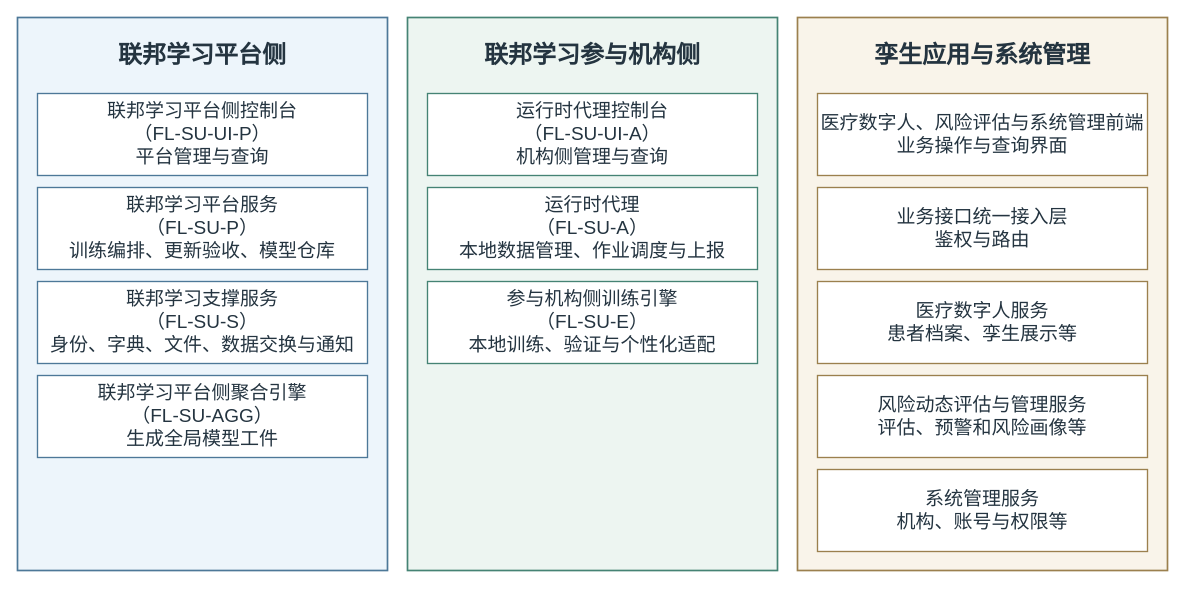
medol-labs/federation-learning keeps this draw.io diagram as docs/438c/merge/figures/federated-twin-software-deployment-units.drawio. Above is the earlier version. Source tidied: cells renumbered, new cells numbered last; positions are measured from the earlier drawing's top-left corner, leaving out a move shared by most shapes. Both pictures are drawn from the tidied source at 100%, with x=0, y=0 at pixel (17, 17).
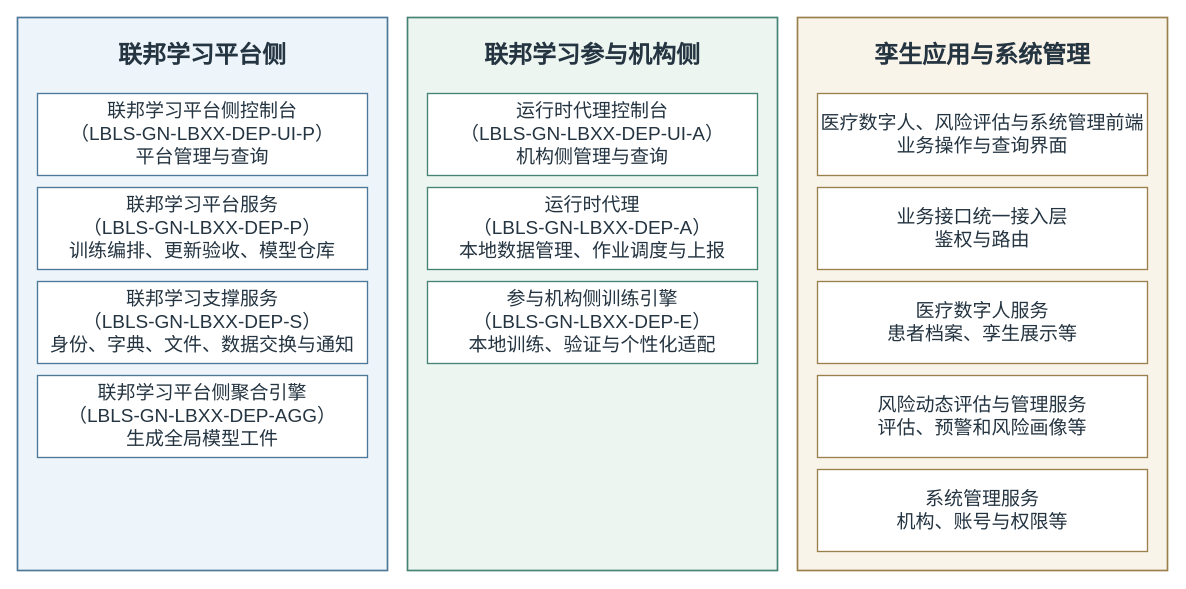
The same diagram, later.

Diff of the diagram source:
```diff
@@
 <mxGraphModel>
   <root>
     <mxCell id="0" />
     <mxCell id="1" parent="0" />
     <mxCell id="2" style="fontFamily=PingFang SC;fontColor=#243440;html=0;whiteSpace=wrap;rounded=0;strokeColor=#4D7898;strokeWidth=1.7;fillColor=#EDF5FB;" parent="1" vertex="1">
       <mxGeometry width="370" height="553" as="geometry" />
     </mxCell>
     <mxCell id="3" value="联邦学习平台侧" style="fontFamily=PingFang SC;fontColor=#243440;html=0;whiteSpace=wrap;rounded=0;strokeColor=none;fillColor=none;fontSize=24;fontStyle=1;" parent="1" vertex="1">
       <mxGeometry x="14" y="11" width="342" height="53" as="geometry" />
     </mxCell>
-    <mxCell id="4" value="联邦学习平台侧控制台&#10;（FL-SU-UI-P）&#10;平台管理与查询" style="fontFamily=PingFang SC;fontColor=#243440;html=0;whiteSpace=wrap;rounded=0;strokeColor=#4D7898;strokeWidth=1.35;fillColor=#FFFFFF;fontSize=19;spacing=4;" parent="1" vertex="1">
+    <mxCell id="4" value="联邦学习平台侧控制台&#10;（LBLS-GN-LBXX-DEP-UI-P）&#10;平台管理与查询" style="fontFamily=PingFang SC;fontColor=#243440;html=0;whiteSpace=wrap;rounded=0;strokeColor=#4D7898;strokeWidth=1.35;fillColor=#FFFFFF;fontSize=19;spacing=4;" parent="1" vertex="1">
       <mxGeometry x="20" y="76" width="330" height="82" as="geometry" />
     </mxCell>
-    <mxCell id="5" value="联邦学习平台服务&#10;（FL-SU-P）&#10;训练编排、更新验收、模型仓库" style="fontFamily=PingFang SC;fontColor=#243440;html=0;whiteSpace=wrap;rounded=0;strokeColor=#4D7898;strokeWidth=1.35;fillColor=#FFFFFF;fontSize=19;spacing=4;" parent="1" vertex="1">
+    <mxCell id="5" value="联邦学习平台服务&#10;（LBLS-GN-LBXX-DEP-P）&#10;训练编排、更新验收、模型仓库" style="fontFamily=PingFang SC;fontColor=#243440;html=0;whiteSpace=wrap;rounded=0;strokeColor=#4D7898;strokeWidth=1.35;fillColor=#FFFFFF;fontSize=19;spacing=4;" parent="1" vertex="1">
       <mxGeometry x="20" y="170" width="330" height="82" as="geometry" />
     </mxCell>
-    <mxCell id="6" value="联邦学习支撑服务&#10;（FL-SU-S）&#10;身份、字典、文件、数据交换与通知" style="fontFamily=PingFang SC;fontColor=#243440;html=0;whiteSpace=wrap;rounded=0;strokeColor=#4D7898;strokeWidth=1.35;fillColor=#FFFFFF;fontSize=19;spacing=4;" parent="1" vertex="1">
+    <mxCell id="6" value="联邦学习支撑服务&#10;（LBLS-GN-LBXX-DEP-S）&#10;身份、字典、文件、数据交换与通知" style="fontFamily=PingFang SC;fontColor=#243440;html=0;whiteSpace=wrap;rounded=0;strokeColor=#4D7898;strokeWidth=1.35;fillColor=#FFFFFF;fontSize=19;spacing=4;" parent="1" vertex="1">
       <mxGeometry x="20" y="264" width="330" height="82" as="geometry" />
     </mxCell>
-    <mxCell id="7" value="联邦学习平台侧聚合引擎&#10;（FL-SU-AGG）&#10;生成全局模型工件" style="fontFamily=PingFang SC;fontColor=#243440;html=0;whiteSpace=wrap;rounded=0;strokeColor=#4D7898;strokeWidth=1.35;fillColor=#FFFFFF;fontSize=19;spacing=4;" parent="1" vertex="1">
+    <mxCell id="7" value="联邦学习平台侧聚合引擎&#10;（LBLS-GN-LBXX-DEP-AGG）&#10;生成全局模型工件" style="fontFamily=PingFang SC;fontColor=#243440;html=0;whiteSpace=wrap;rounded=0;strokeColor=#4D7898;strokeWidth=1.35;fillColor=#FFFFFF;fontSize=19;spacing=4;" parent="1" vertex="1">
       <mxGeometry x="20" y="358" width="330" height="82" as="geometry" />
     </mxCell>
     <mxCell id="8" style="fontFamily=PingFang SC;fontColor=#243440;html=0;whiteSpace=wrap;rounded=0;strokeColor=#458374;strokeWidth=1.7;fillColor=#EDF5F1;" parent="1" vertex="1">
       <mxGeometry x="390" width="370" height="553" as="geometry" />
     </mxCell>
     <mxCell id="9" value="联邦学习参与机构侧" style="fontFamily=PingFang SC;fontColor=#243440;html=0;whiteSpace=wrap;rounded=0;strokeColor=none;fillColor=none;fontSize=24;fontStyle=1;" parent="1" vertex="1">
       <mxGeometry x="404" y="11" width="342" height="53" as="geometry" />
     </mxCell>
-    <mxCell id="10" value="运行时代理控制台&#10;（FL-SU-UI-A）&#10;机构侧管理与查询" style="fontFamily=PingFang SC;fontColor=#243440;html=0;whiteSpace=wrap;rounded=0;strokeColor=#458374;strokeWidth=1.35;fillColor=#FFFFFF;fontSize=19;spacing=4;" parent="1" vertex="1">
+    <mxCell id="10" value="运行时代理控制台&#10;（LBLS-GN-LBXX-DEP-UI-A）&#10;机构侧管理与查询" style="fontFamily=PingFang SC;fontColor=#243440;html=0;whiteSpace=wrap;rounded=0;strokeColor=#458374;strokeWidth=1.35;fillColor=#FFFFFF;fontSize=19;spacing=4;" parent="1" vertex="1">
       <mxGeometry x="410" y="76" width="330" height="82" as="geometry" />
     </mxCell>
-    <mxCell id="11" value="运行时代理&#10;（FL-SU-A）&#10;本地数据管理、作业调度与上报" style="fontFamily=PingFang SC;fontColor=#243440;html=0;whiteSpace=wrap;rounded=0;strokeColor=#458374;strokeWidth=1.35;fillColor=#FFFFFF;fontSize=19;spacing=4;" parent="1" vertex="1">
+    <mxCell id="11" value="运行时代理&#10;（LBLS-GN-LBXX-DEP-A）&#10;本地数据管理、作业调度与上报" style="fontFamily=PingFang SC;fontColor=#243440;html=0;whiteSpace=wrap;rounded=0;strokeColor=#458374;strokeWidth=1.35;fillColor=#FFFFFF;fontSize=19;spacing=4;" parent="1" vertex="1">
       <mxGeometry x="410" y="170" width="330" height="82" as="geometry" />
     </mxCell>
-    <mxCell id="12" value="参与机构侧训练引擎&#10;（FL-SU-E）&#10;本地训练、验证与个性化适配" style="fontFamily=PingFang SC;fontColor=#243440;html=0;whiteSpace=wrap;rounded=0;strokeColor=#458374;strokeWidth=1.35;fillColor=#FFFFFF;fontSize=19;spacing=4;" parent="1" vertex="1">
+    <mxCell id="12" value="参与机构侧训练引擎&#10;（LBLS-GN-LBXX-DEP-E）&#10;本地训练、验证与个性化适配" style="fontFamily=PingFang SC;fontColor=#243440;html=0;whiteSpace=wrap;rounded=0;strokeColor=#458374;strokeWidth=1.35;fillColor=#FFFFFF;fontSize=19;spacing=4;" parent="1" vertex="1">
       <mxGeometry x="410" y="264" width="330" height="82" as="geometry" />
     </mxCell>
     <mxCell id="13" style="fontFamily=PingFang SC;fontColor=#243440;html=0;whiteSpace=wrap;rounded=0;strokeColor=#9B804E;strokeWidth=1.7;fillColor=#F9F4EA;" parent="1" vertex="1">
       <mxGeometry x="780" width="370" height="553" as="geometry" />
     </mxCell>
     <mxCell id="14" value="孪生应用与系统管理" style="fontFamily=PingFang SC;fontColor=#243440;html=0;whiteSpace=wrap;rounded=0;strokeColor=none;fillColor=none;fontSize=24;fontStyle=1;" parent="1" vertex="1">
       <mxGeometry x="794" y="11" width="342" height="53" as="geometry" />
     </mxCell>
     <mxCell id="15" value="医疗数字人、风险评估与系统管理前端&#10;业务操作与查询界面" style="fontFamily=PingFang SC;fontColor=#243440;html=0;whiteSpace=wrap;rounded=0;strokeColor=#9B804E;strokeWidth=1.35;fillColor=#FFFFFF;fontSize=19;spacing=4;" parent="1" vertex="1">
       <mxGeometry x="800" y="76" width="330" height="82" as="geometry" />
     </mxCell>
     <mxCell id="16" value="业务接口统一接入层&#10;鉴权与路由" style="fontFamily=PingFang SC;fontColor=#243440;html=0;whiteSpace=wrap;rounded=0;strokeColor=#9B804E;strokeWidth=1.35;fillColor=#FFFFFF;fontSize=19;spacing=4;" parent="1" vertex="1">
       <mxGeometry x="800" y="170" width="330" height="82" as="geometry" />
     </mxCell>
     <mxCell id="17" value="医疗数字人服务&#10;患者档案、孪生展示等" style="fontFamily=PingFang SC;fontColor=#243440;html=0;whiteSpace=wrap;rounded=0;strokeColor=#9B804E;strokeWidth=1.35;fillColor=#FFFFFF;fontSize=19;spacing=4;" parent="1" vertex="1">
       <mxGeometry x="800" y="264" width="330" height="82" as="geometry" />
     </mxCell>
     <mxCell id="18" value="风险动态评估与管理服务&#10;评估、预警和风险画像等" style="fontFamily=PingFang SC;fontColor=#243440;html=0;whiteSpace=wrap;rounded=0;strokeColor=#9B804E;strokeWidth=1.35;fillColor=#FFFFFF;fontSize=19;spacing=4;" parent="1" vertex="1">
       <mxGeometry x="800" y="358" width="330" height="82" as="geometry" />
     </mxCell>
     <mxCell id="19" value="系统管理服务&#10;机构、账号与权限等" style="fontFamily=PingFang SC;fontColor=#243440;html=0;whiteSpace=wrap;rounded=0;strokeColor=#9B804E;strokeWidth=1.35;fillColor=#FFFFFF;fontSize=19;spacing=4;" parent="1" vertex="1">
       <mxGeometry x="800" y="452" width="330" height="82" as="geometry" />
     </mxCell>
   </root>
 </mxGraphModel>
```
